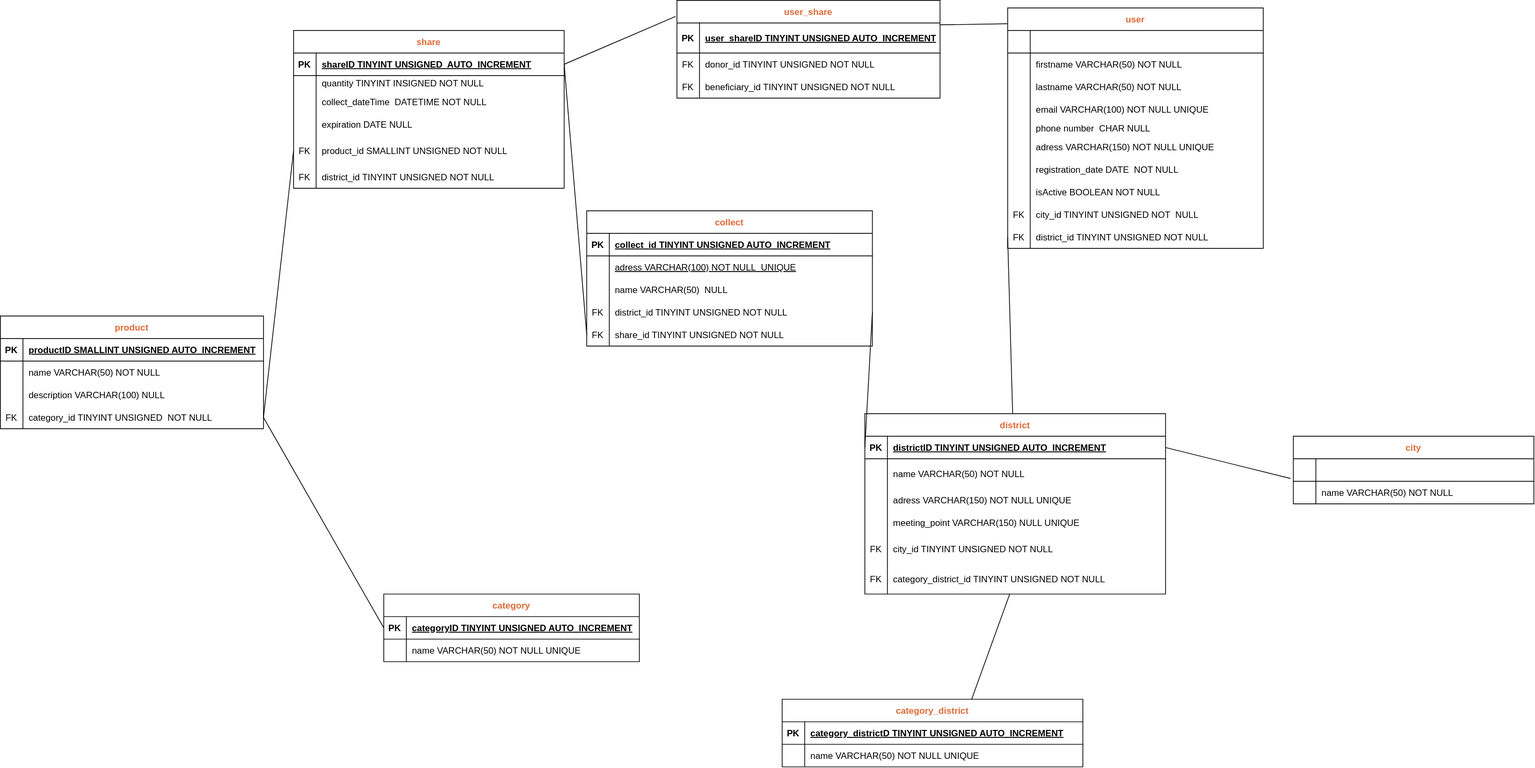
Before: code/server/Merise_VAG/MPD/vag.drawio.svg, a diagram exported from draw.io (Mandine42/vag). Source tidied: cells renumbered, new cells last; positions are measured from the earlier drawing's top-left corner, leaving out a move shared by most shapes.
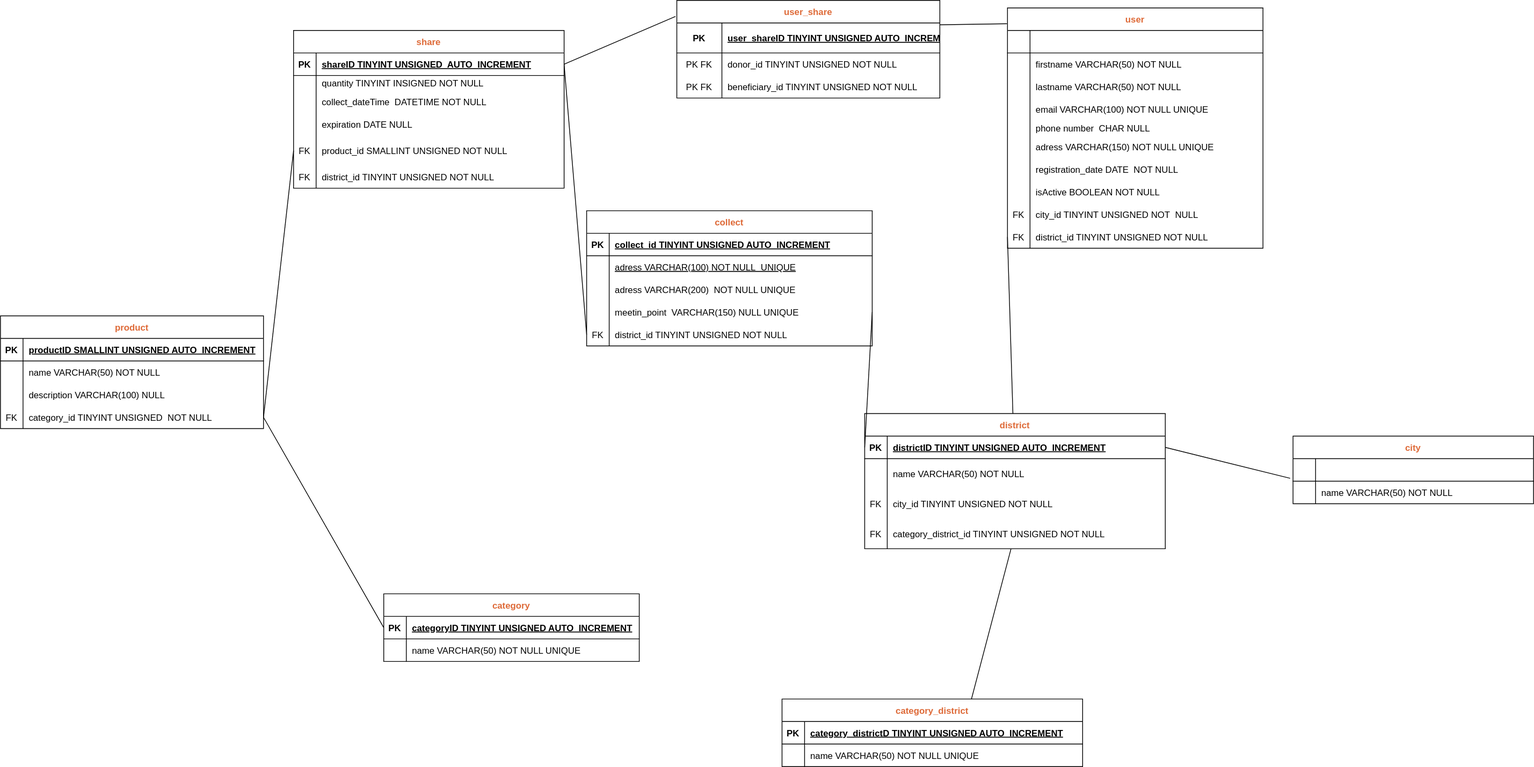
After the commit.

Diff of the diagram source:
```diff
@@ -117,7 +117,7 @@
       <mxGeometry x="30" width="290" height="30" as="geometry" />
     </mxCell>
     <mxCell id="40" value="district" style="shape=table;startSize=30;rowLines=0;fontStyle=1;align=center;fontColor=#DE6A38;" parent="1" vertex="1">
-      <mxGeometry x="1150" y="550" width="400" height="240" as="geometry" />
+      <mxGeometry x="1150" y="550" width="400" height="180" as="geometry" />
     </mxCell>
     <mxCell id="41" style="shape=tableRow;horizontal=0;startSize=0;swimlaneHead=0;swimlaneBody=0;fillColor=none;points=[[0,0.5],[1,0.5]];portConstraint=eastwest;top=0;left=0;right=0;bottom=1;" parent="40" vertex="1">
       <mxGeometry y="30" width="400" height="30" as="geometry" />
@@ -137,26 +137,8 @@
     <mxCell id="46" value="name VARCHAR(50) NOT NULL" style="shape=partialRectangle;fillColor=none;top=0;left=0;bottom=0;right=0;align=left;spacingLeft=6;overflow=hidden;" parent="44" vertex="1">
       <mxGeometry x="30" width="370" height="40" as="geometry" />
     </mxCell>
-    <mxCell id="47" style="shape=tableRow;horizontal=0;startSize=0;swimlaneHead=0;swimlaneBody=0;fillColor=none;top=0;left=0;right=0;bottom=0;" parent="40" vertex="1">
-      <mxGeometry y="100" width="400" height="30" as="geometry" />
-    </mxCell>
-    <mxCell id="48" style="shape=partialRectangle;fillColor=none;top=0;left=0;bottom=0;right=0;overflow=hidden;" parent="47" vertex="1">
-      <mxGeometry width="30" height="30" as="geometry" />
-    </mxCell>
-    <mxCell id="49" value="adress VARCHAR(150) NOT NULL UNIQUE" style="shape=partialRectangle;fillColor=none;top=0;left=0;bottom=0;right=0;align=left;spacingLeft=6;overflow=hidden;" parent="47" vertex="1">
-      <mxGeometry x="30" width="370" height="30" as="geometry" />
-    </mxCell>
-    <mxCell id="50" style="shape=tableRow;horizontal=0;startSize=0;swimlaneHead=0;swimlaneBody=0;fillColor=none;top=0;left=0;right=0;bottom=0;" parent="40" vertex="1">
-      <mxGeometry y="130" width="400" height="30" as="geometry" />
-    </mxCell>
-    <mxCell id="51" style="shape=partialRectangle;fillColor=none;top=0;left=0;bottom=0;right=0;overflow=hidden;" parent="50" vertex="1">
-      <mxGeometry width="30" height="30" as="geometry" />
-    </mxCell>
-    <mxCell id="52" value="meeting_point VARCHAR(150) NULL UNIQUE" style="shape=partialRectangle;fillColor=none;top=0;left=0;bottom=0;right=0;align=left;spacingLeft=6;overflow=hidden;" parent="50" vertex="1">
-      <mxGeometry x="30" width="370" height="30" as="geometry" />
-    </mxCell>
     <mxCell id="53" style="shape=tableRow;horizontal=0;startSize=0;swimlaneHead=0;swimlaneBody=0;fillColor=none;top=0;left=0;right=0;bottom=0;" parent="40" vertex="1">
-      <mxGeometry y="160" width="400" height="40" as="geometry" />
+      <mxGeometry y="100" width="400" height="40" as="geometry" />
     </mxCell>
     <mxCell id="54" value="FK" style="shape=partialRectangle;fillColor=none;top=0;left=0;bottom=0;right=0;overflow=hidden;" parent="53" vertex="1">
       <mxGeometry width="30" height="40" as="geometry" />
@@ -165,7 +147,7 @@
       <mxGeometry x="30" width="370" height="40" as="geometry" />
     </mxCell>
     <mxCell id="56" style="shape=tableRow;horizontal=0;startSize=0;swimlaneHead=0;swimlaneBody=0;fillColor=none;points=[[0,0.5],[1,0.5]];portConstraint=eastwest;top=0;left=0;right=0;bottom=0;" parent="40" vertex="1">
-      <mxGeometry y="200" width="400" height="40" as="geometry" />
+      <mxGeometry y="140" width="400" height="40" as="geometry" />
     </mxCell>
     <mxCell id="57" value="FK" style="shape=partialRectangle;fillColor=none;top=0;left=0;bottom=0;right=0;overflow=hidden;" parent="56" vertex="1">
       <mxGeometry width="30" height="40" as="geometry" />
@@ -311,28 +293,28 @@
       <mxGeometry y="30" width="350" height="40" as="geometry" />
     </mxCell>
     <mxCell id="104" value="PK" style="shape=partialRectangle;fillColor=none;top=0;left=0;bottom=0;right=0;fontStyle=1;overflow=hidden;" parent="103" vertex="1">
-      <mxGeometry width="30" height="40" as="geometry" />
+      <mxGeometry width="60" height="40" as="geometry" />
     </mxCell>
     <mxCell id="105" value="user_shareID TINYINT UNSIGNED AUTO_INCREMENT" style="shape=partialRectangle;fillColor=none;top=0;left=0;bottom=0;right=0;align=left;spacingLeft=6;fontStyle=5;overflow=hidden;" parent="103" vertex="1">
-      <mxGeometry x="30" width="320" height="40" as="geometry" />
+      <mxGeometry x="60" width="290" height="40" as="geometry" />
     </mxCell>
     <mxCell id="106" style="shape=tableRow;horizontal=0;startSize=0;swimlaneHead=0;swimlaneBody=0;fillColor=none;top=0;left=0;right=0;bottom=0;" parent="102" vertex="1">
       <mxGeometry y="70" width="350" height="30" as="geometry" />
     </mxCell>
-    <mxCell id="107" value="FK" style="shape=partialRectangle;fillColor=none;top=0;left=0;bottom=0;right=0;overflow=hidden;" parent="106" vertex="1">
-      <mxGeometry width="30" height="30" as="geometry" />
+    <mxCell id="107" value="PK FK" style="shape=partialRectangle;fillColor=none;top=0;left=0;bottom=0;right=0;overflow=hidden;" parent="106" vertex="1">
+      <mxGeometry width="60" height="30" as="geometry" />
     </mxCell>
     <mxCell id="108" value="donor_id TINYINT UNSIGNED NOT NULL" style="shape=partialRectangle;fillColor=none;top=0;left=0;bottom=0;right=0;align=left;spacingLeft=6;overflow=hidden;" parent="106" vertex="1">
-      <mxGeometry x="30" width="320" height="30" as="geometry" />
+      <mxGeometry x="60" width="290" height="30" as="geometry" />
     </mxCell>
     <mxCell id="109" style="shape=tableRow;horizontal=0;startSize=0;swimlaneHead=0;swimlaneBody=0;fillColor=none;top=0;left=0;right=0;bottom=0;" parent="102" vertex="1">
       <mxGeometry y="100" width="350" height="30" as="geometry" />
     </mxCell>
-    <mxCell id="110" value="FK" style="shape=partialRectangle;fillColor=none;top=0;left=0;bottom=0;right=0;overflow=hidden;" parent="109" vertex="1">
-      <mxGeometry width="30" height="30" as="geometry" />
+    <mxCell id="110" value="PK FK" style="shape=partialRectangle;fillColor=none;top=0;left=0;bottom=0;right=0;overflow=hidden;" parent="109" vertex="1">
+      <mxGeometry width="60" height="30" as="geometry" />
     </mxCell>
     <mxCell id="111" value="beneficiary_id TINYINT UNSIGNED NOT NULL" style="shape=partialRectangle;fillColor=none;top=0;left=0;bottom=0;right=0;align=left;spacingLeft=6;overflow=hidden;" parent="109" vertex="1">
-      <mxGeometry x="30" width="320" height="30" as="geometry" />
+      <mxGeometry x="60" width="290" height="30" as="geometry" />
     </mxCell>
     <mxCell id="112" style="endArrow=none;html=1;rounded=0;fontColor=#DE6A38;exitX=1;exitY=0.25;exitDx=0;exitDy=0;entryX=-0.002;entryY=0.066;entryDx=0;entryDy=0;entryPerimeter=0;" parent="1" edge="1" source="102" target="2">
       <mxGeometry relative="1" as="geometry" />
@@ -391,16 +373,16 @@
     <mxCell id="130" style="shape=partialRectangle;fillColor=none;top=0;left=0;bottom=0;right=0;overflow=hidden;" parent="129" vertex="1">
       <mxGeometry width="30" height="30" as="geometry" />
     </mxCell>
-    <mxCell id="131" value="name VARCHAR(50)  NULL" style="shape=partialRectangle;fillColor=none;top=0;left=0;bottom=0;right=0;align=left;spacingLeft=6;overflow=hidden;" parent="129" vertex="1">
+    <mxCell id="131" value="adress VARCHAR(200)  NOT NULL UNIQUE" style="shape=partialRectangle;fillColor=none;top=0;left=0;bottom=0;right=0;align=left;spacingLeft=6;overflow=hidden;" parent="129" vertex="1">
       <mxGeometry x="30" width="350" height="30" as="geometry" />
     </mxCell>
     <mxCell id="132" style="shape=tableRow;horizontal=0;startSize=0;swimlaneHead=0;swimlaneBody=0;fillColor=none;points=[[0,0.5],[1,0.5]];portConstraint=eastwest;top=0;left=0;right=0;bottom=0;" parent="122" vertex="1">
       <mxGeometry y="120" width="380" height="30" as="geometry" />
     </mxCell>
-    <mxCell id="133" value="FK" style="shape=partialRectangle;fillColor=none;top=0;left=0;bottom=0;right=0;overflow=hidden;" parent="132" vertex="1">
+    <mxCell id="133" style="shape=partialRectangle;fillColor=none;top=0;left=0;bottom=0;right=0;overflow=hidden;" parent="132" vertex="1">
       <mxGeometry width="30" height="30" as="geometry" />
     </mxCell>
-    <mxCell id="134" value="district_id TINYINT UNSIGNED NOT NULL" style="shape=partialRectangle;fillColor=none;top=0;left=0;bottom=0;right=0;align=left;spacingLeft=6;overflow=hidden;" parent="132" vertex="1">
+    <mxCell id="134" value="meetin_point  VARCHAR(150) NULL UNIQUE" style="shape=partialRectangle;fillColor=none;top=0;left=0;bottom=0;right=0;align=left;spacingLeft=6;overflow=hidden;" parent="132" vertex="1">
       <mxGeometry x="30" width="350" height="30" as="geometry" />
     </mxCell>
     <mxCell id="135" style="shape=tableRow;horizontal=0;startSize=0;swimlaneHead=0;swimlaneBody=0;fillColor=none;points=[[0,0.5],[1,0.5]];portConstraint=eastwest;top=0;left=0;right=0;bottom=0;" parent="122" vertex="1">
@@ -409,7 +391,7 @@
     <mxCell id="136" value="FK" style="shape=partialRectangle;fillColor=none;top=0;left=0;bottom=0;right=0;overflow=hidden;" parent="135" vertex="1">
       <mxGeometry width="30" height="30" as="geometry" />
     </mxCell>
-    <mxCell id="137" value="share_id TINYINT UNSIGNED NOT NULL" style="shape=partialRectangle;fillColor=none;top=0;left=0;bottom=0;right=0;align=left;spacingLeft=6;overflow=hidden;" parent="135" vertex="1">
+    <mxCell id="137" value="district_id TINYINT UNSIGNED NOT NULL" style="shape=partialRectangle;fillColor=none;top=0;left=0;bottom=0;right=0;align=left;spacingLeft=6;overflow=hidden;" parent="135" vertex="1">
       <mxGeometry x="30" width="350" height="30" as="geometry" />
     </mxCell>
     <mxCell id="138" style="endArrow=none;html=1;rounded=0;entryX=0;entryY=0.5;entryDx=0;entryDy=0;exitX=1;exitY=0.5;exitDx=0;exitDy=0;" parent="1" edge="1" source="132" target="41">
```
